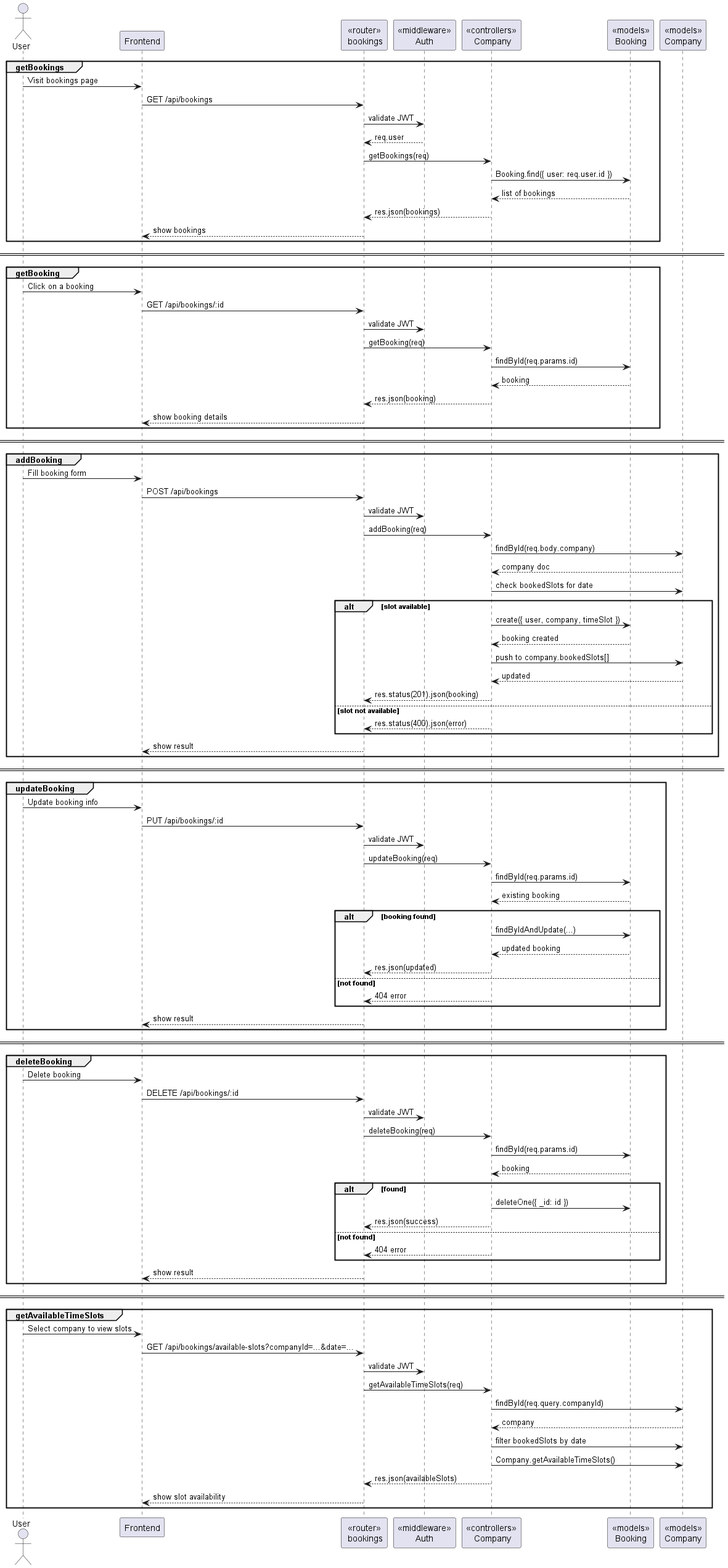
The PlantUML diagram utils/plantUML/pic/booking.png in sw-dev-prac-final-project/backend, before a commit. Its diagram source:
```plantuml
@startuml booking
actor User
participant "Frontend" as FE
participant "<<router>>\n bookings" as Router
participant "<<middleware>>\nAuth" as Auth
participant "<<controllers>>\n Company" as Controller
participant "<<models>>\nBooking" as Booking
participant "<<models>>\nCompany" as Company

group getBookings
User -> FE : Visit bookings page
FE -> Router : GET /api/bookings
Router -> Auth : validate JWT
Auth --> Router : req.user
Router -> Controller : getBookings(req)
Controller -> Booking : Booking.find({ user: req.user.id })
Booking --> Controller : list of bookings
Controller --> Router : res.json(bookings)
Router --> FE : show bookings
end

== ==

group getBooking
User -> FE : Click on a booking
FE -> Router : GET /api/bookings/:id
Router -> Auth : validate JWT
Router -> Controller : getBooking(req)
Controller -> Booking : findById(req.params.id)
Booking --> Controller : booking
Controller --> Router : res.json(booking)
Router --> FE : show booking details
end

== ==

group addBooking
User -> FE : Fill booking form
FE -> Router : POST /api/bookings
Router -> Auth : validate JWT
Router -> Controller : addBooking(req)

Controller -> Company : findById(req.body.company)
Company --> Controller : company doc

Controller -> Company : check bookedSlots for date
alt slot available
  Controller -> Booking : create({ user, company, timeSlot })
  Booking --> Controller : booking created
  Controller -> Company : push to company.bookedSlots[]
  Company --> Controller : updated
  Controller --> Router : res.status(201).json(booking)
else slot not available
  Controller --> Router : res.status(400).json(error)
end
Router --> FE : show result
end

== ==

group updateBooking
User -> FE : Update booking info
FE -> Router : PUT /api/bookings/:id
Router -> Auth : validate JWT
Router -> Controller : updateBooking(req)

Controller -> Booking : findById(req.params.id)
Booking --> Controller : existing booking
alt booking found
  Controller -> Booking : findByIdAndUpdate(...)
  Booking --> Controller : updated booking
  Controller --> Router : res.json(updated)
else not found
  Controller --> Router : 404 error
end
Router --> FE : show result
end

== ==

group deleteBooking
User -> FE : Delete booking
FE -> Router : DELETE /api/bookings/:id
Router -> Auth : validate JWT
Router -> Controller : deleteBooking(req)

Controller -> Booking : findById(req.params.id)
Booking --> Controller : booking
alt found
  Controller -> Booking : deleteOne({ _id: id })
  Controller --> Router : res.json(success)
else not found
  Controller --> Router : 404 error
end
Router --> FE : show result
end

== ==

group getAvailableTimeSlots
User -> FE : Select company to view slots
FE -> Router : GET /api/bookings/available-slots?companyId=...&date=...
Router -> Auth : validate JWT
Router -> Controller : getAvailableTimeSlots(req)

Controller -> Company : findById(req.query.companyId)
Company --> Controller : company

Controller -> Company : filter bookedSlots by date
Controller -> Company : Company.getAvailableTimeSlots()
Controller --> Router : res.json(availableSlots)
Router --> FE : show slot availability
end

@enduml
```
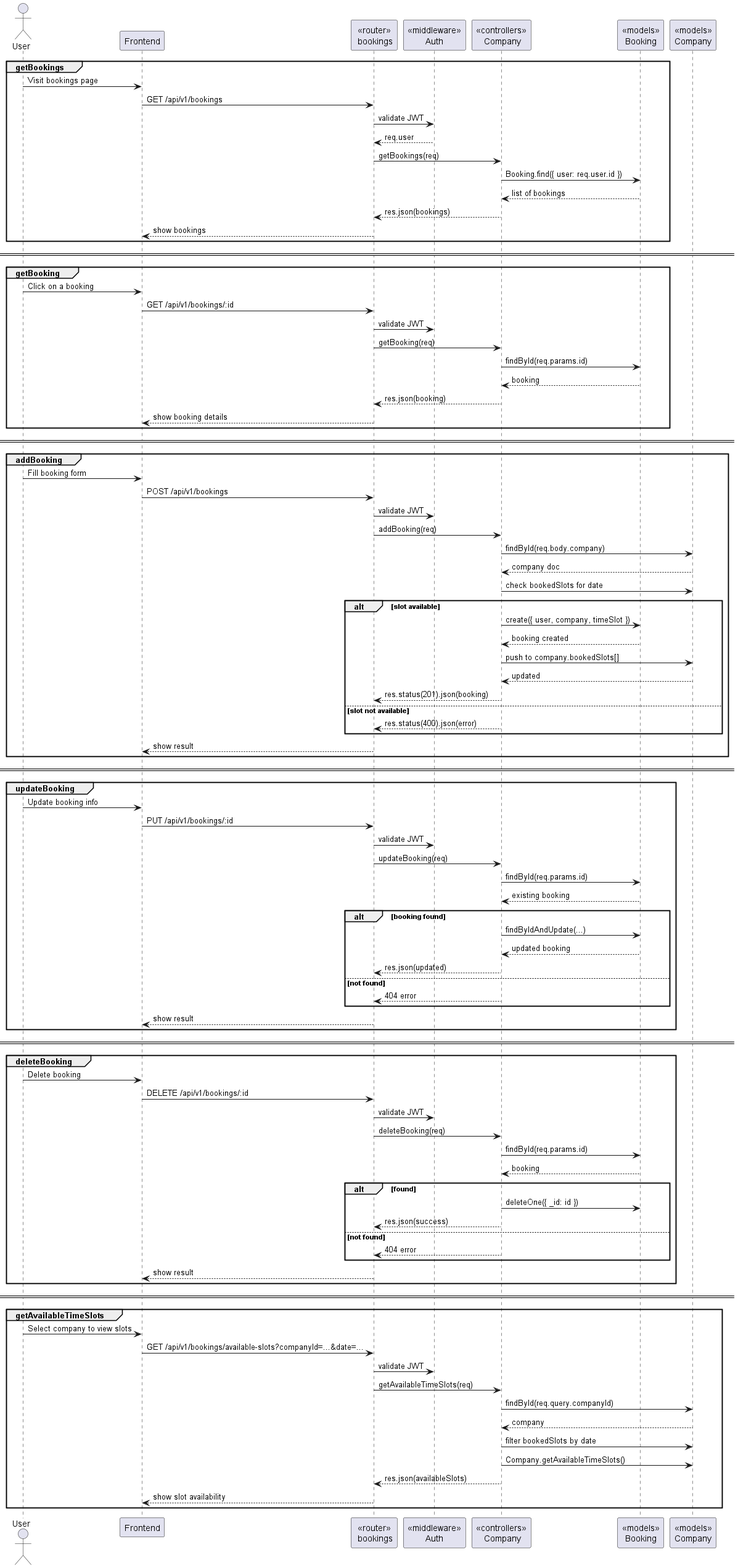
The same diagram one commit later.

What changed in the source:
```diff
@@ -9,7 +9,7 @@
 
 group getBookings
 User -> FE : Visit bookings page
-FE -> Router : GET /api/bookings
+FE -> Router : GET /api/v1/bookings
 Router -> Auth : validate JWT
 Auth --> Router : req.user
 Router -> Controller : getBookings(req)
@@ -23,7 +23,7 @@
 
 group getBooking
 User -> FE : Click on a booking
-FE -> Router : GET /api/bookings/:id
+FE -> Router : GET /api/v1/bookings/:id
 Router -> Auth : validate JWT
 Router -> Controller : getBooking(req)
 Controller -> Booking : findById(req.params.id)
@@ -36,7 +36,7 @@
 
 group addBooking
 User -> FE : Fill booking form
-FE -> Router : POST /api/bookings
+FE -> Router : POST /api/v1/bookings
 Router -> Auth : validate JWT
 Router -> Controller : addBooking(req)
 
@@ -60,7 +60,7 @@
 
 group updateBooking
 User -> FE : Update booking info
-FE -> Router : PUT /api/bookings/:id
+FE -> Router : PUT /api/v1/bookings/:id
 Router -> Auth : validate JWT
 Router -> Controller : updateBooking(req)
 
@@ -80,7 +80,7 @@
 
 group deleteBooking
 User -> FE : Delete booking
-FE -> Router : DELETE /api/bookings/:id
+FE -> Router : DELETE /api/v1/bookings/:id
 Router -> Auth : validate JWT
 Router -> Controller : deleteBooking(req)
 
@@ -99,7 +99,7 @@
 
 group getAvailableTimeSlots
 User -> FE : Select company to view slots
-FE -> Router : GET /api/bookings/available-slots?companyId=...&date=...
+FE -> Router : GET /api/v1/bookings/available-slots?companyId=...&date=...
 Router -> Auth : validate JWT
 Router -> Controller : getAvailableTimeSlots(req)
 
```
